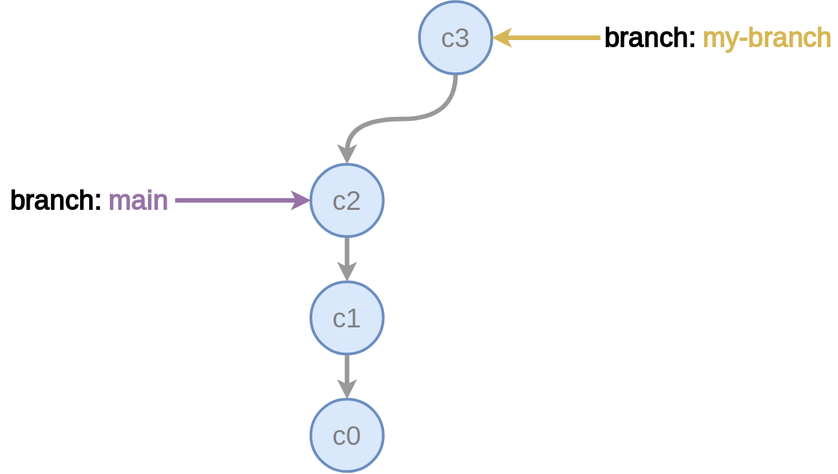
This is public/tags-and-branches-branch.svg from tvannoy/intro-to-git, a draw.io export, as it was before one commit. Source tidied: cells renumbered, new cells last; positions are measured from the earlier drawing's top-left corner, leaving out a move shared by most shapes.
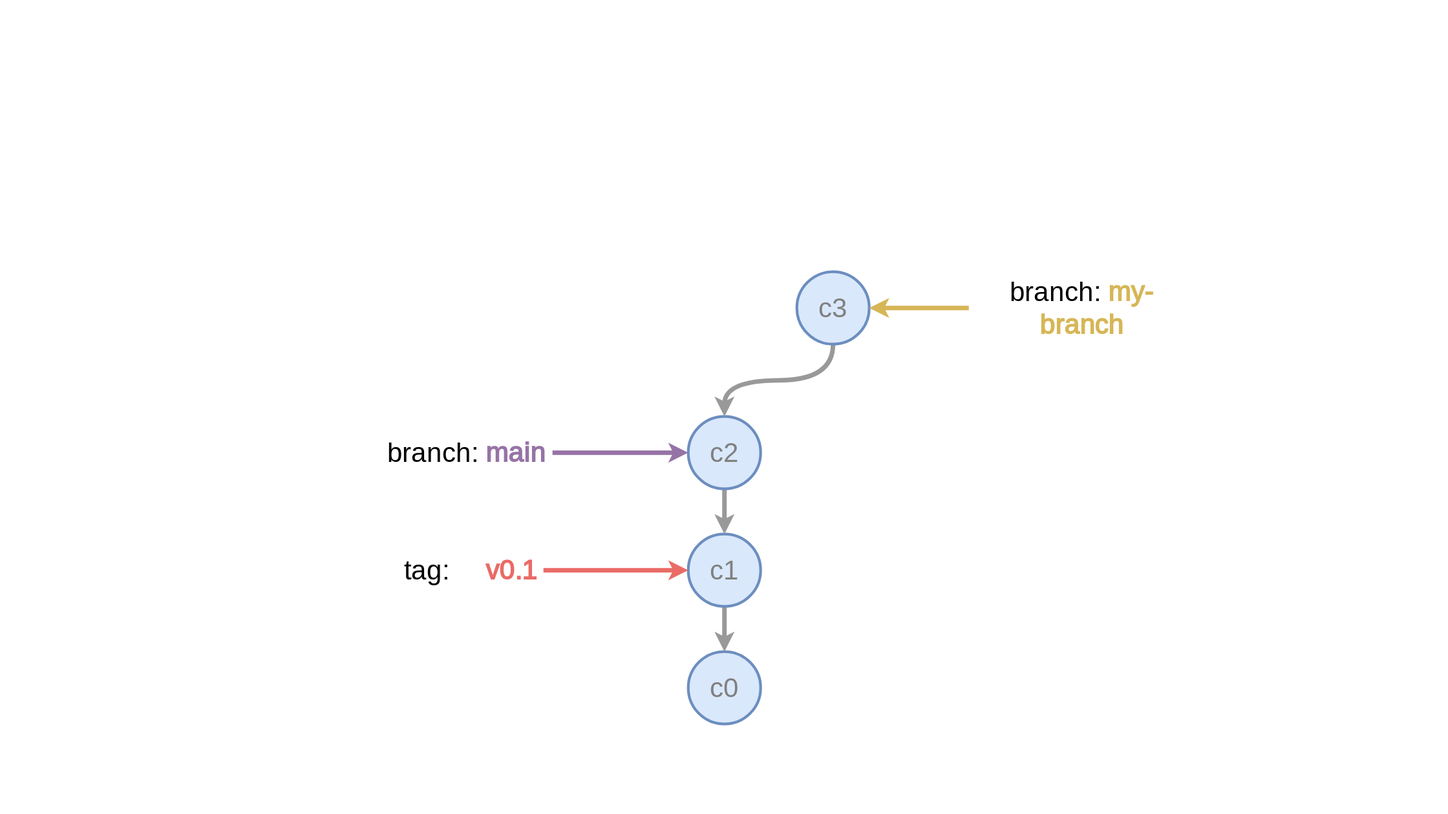
The same file after the commit.

The edit, as a diff of the source:
```diff
@@ -1,39 +1,51 @@
 <mxGraphModel>
   <root>
-    <mxCell id="0" />
-    <mxCell id="1" parent="0" />
+    <mxCell id="13" />
+    <mxCell id="14" parent="13" />
-    <mxCell id="2" value="c0" style="ellipse;whiteSpace=wrap;html=1;fillColor=#dae8fc;strokeColor=#6c8ebf;strokeWidth=3;fontSize=30;fontFamily=Source Sans Pro;fontSource=https%3A%2F%2Ffonts.googleapis.com%2Fcss%3Ffamily%3DSource%2BSans%2BPro;fontColor=#808080;" parent="1" vertex="1">
+    <mxCell id="2" value="c0" style="ellipse;whiteSpace=wrap;html=1;fillColor=#dae8fc;strokeColor=#6c8ebf;strokeWidth=3;fontSize=30;fontFamily=Source Sans Pro;fontSource=https%3A%2F%2Ffonts.googleapis.com%2Fcss%3Ffamily%3DSource%2BSans%2BPro;fontColor=#808080;" parent="14" vertex="1">
       <mxGeometry x="340" y="440" width="80" height="80" as="geometry" />
     </mxCell>
-    <mxCell id="3" style="edgeStyle=orthogonalEdgeStyle;curved=1;jettySize=auto;html=1;exitX=0.5;exitY=1;exitDx=0;exitDy=0;entryX=0.5;entryY=0;entryDx=0;entryDy=0;strokeColor=#999999;strokeWidth=5;fontFamily=Source Sans Pro;fontSource=https%3A%2F%2Ffonts.googleapis.com%2Fcss%3Ffamily%3DSource%2BSans%2BPro;fontSize=50;" parent="1" edge="1" source="4" target="2">
+    <mxCell id="3" style="edgeStyle=orthogonalEdgeStyle;curved=1;jettySize=auto;html=1;exitX=0.5;exitY=1;exitDx=0;exitDy=0;entryX=0.5;entryY=0;entryDx=0;entryDy=0;strokeColor=#999999;strokeWidth=5;fontFamily=Source Sans Pro;fontSource=https%3A%2F%2Ffonts.googleapis.com%2Fcss%3Ffamily%3DSource%2BSans%2BPro;fontSize=50;" parent="14" edge="1" source="4" target="2">
       <mxGeometry relative="1" as="geometry" />
     </mxCell>
-    <mxCell id="4" value="&lt;span style=&quot;color: rgb(128, 128, 128); font-family: &amp;quot;Source Sans Pro&amp;quot;; font-size: 30px;&quot;&gt;c1&lt;/span&gt;" style="ellipse;whiteSpace=wrap;html=1;fillColor=#dae8fc;strokeColor=#6c8ebf;strokeWidth=3;fontSize=12;fontFamily=Helvetica;fontSource=https%3A%2F%2Ffonts.googleapis.com%2Fcss%3Ffamily%3DSource%2BSans%2BPro;" parent="1" vertex="1">
+    <mxCell id="4" value="&lt;span style=&quot;color: rgb(128, 128, 128); font-family: &amp;quot;Source Sans Pro&amp;quot;; font-size: 30px;&quot;&gt;c1&lt;/span&gt;" style="ellipse;whiteSpace=wrap;html=1;fillColor=#dae8fc;strokeColor=#6c8ebf;strokeWidth=3;fontSize=12;fontFamily=Helvetica;fontSource=https%3A%2F%2Ffonts.googleapis.com%2Fcss%3Ffamily%3DSource%2BSans%2BPro;" parent="14" vertex="1">
       <mxGeometry x="340" y="310" width="80" height="80" as="geometry" />
     </mxCell>
-    <mxCell id="5" style="edgeStyle=orthogonalEdgeStyle;curved=1;jettySize=auto;html=1;exitX=0.5;exitY=1;exitDx=0;exitDy=0;entryX=0.5;entryY=0;entryDx=0;entryDy=0;strokeColor=#999999;strokeWidth=5;fontFamily=Source Sans Pro;fontSource=https%3A%2F%2Ffonts.googleapis.com%2Fcss%3Ffamily%3DSource%2BSans%2BPro;fontSize=50;" parent="1" edge="1" source="6" target="4">
+    <mxCell id="5" style="edgeStyle=orthogonalEdgeStyle;curved=1;jettySize=auto;html=1;exitX=0.5;exitY=1;exitDx=0;exitDy=0;entryX=0.5;entryY=0;entryDx=0;entryDy=0;strokeColor=#999999;strokeWidth=5;fontFamily=Source Sans Pro;fontSource=https%3A%2F%2Ffonts.googleapis.com%2Fcss%3Ffamily%3DSource%2BSans%2BPro;fontSize=50;" parent="14" edge="1" source="6" target="4">
       <mxGeometry relative="1" as="geometry" />
     </mxCell>
-    <mxCell id="6" value="&lt;span style=&quot;color: rgb(128, 128, 128); font-family: &amp;quot;Source Sans Pro&amp;quot;; font-size: 30px;&quot;&gt;c2&lt;/span&gt;" style="ellipse;whiteSpace=wrap;html=1;fillColor=#dae8fc;strokeColor=#6c8ebf;strokeWidth=3;" parent="1" vertex="1">
+    <mxCell id="6" value="&lt;span style=&quot;color: rgb(128, 128, 128); font-family: &amp;quot;Source Sans Pro&amp;quot;; font-size: 30px;&quot;&gt;c2&lt;/span&gt;" style="ellipse;whiteSpace=wrap;html=1;fillColor=#dae8fc;strokeColor=#6c8ebf;strokeWidth=3;" parent="14" vertex="1">
       <mxGeometry x="340" y="180" width="80" height="80" as="geometry" />
     </mxCell>
-    <mxCell id="7" style="edgeStyle=orthogonalEdgeStyle;curved=1;jettySize=auto;html=1;entryX=0;entryY=0.5;entryDx=0;entryDy=0;strokeColor=#9673A6;strokeWidth=5;fontFamily=Source Sans Pro;fontSource=https%3A%2F%2Ffonts.googleapis.com%2Fcss%3Ffamily%3DSource%2BSans%2BPro;fontSize=30;fontColor=#9673A6;" parent="1" edge="1" source="8" target="6">
-      <mxGeometry relative="1" as="geometry" />
-    </mxCell>
+    <mxCell id="15" style="edgeStyle=orthogonalEdgeStyle;curved=1;jettySize=auto;html=1;entryX=0;entryY=0.5;entryDx=0;entryDy=0;strokeColor=#9673A6;strokeWidth=5;fontFamily=Source Sans Pro;fontSource=https%3A%2F%2Ffonts.googleapis.com%2Fcss%3Ffamily%3DSource%2BSans%2BPro;fontSize=30;fontColor=#9673A6;" parent="14" edge="1" source="8">
+      <mxGeometry relative="1" as="geometry">
+        <mxPoint x="340" y="220" as="targetPoint" />
+      </mxGeometry>
+    </mxCell>
-    <mxCell id="8" value="&lt;font color=&quot;#000000&quot;&gt;branch:&lt;/font&gt; main" style="text;html=1;strokeColor=none;fillColor=none;align=center;verticalAlign=middle;whiteSpace=wrap;rounded=0;strokeWidth=6;fontFamily=Source Sans Pro;fontSource=https%3A%2F%2Ffonts.googleapis.com%2Fcss%3Ffamily%3DSource%2BSans%2BPro;fontSize=30;fontColor=#9673A6;fontStyle=1;" parent="1" vertex="1">
+    <mxCell id="8" value="&lt;span style=&quot;font-weight: normal;&quot;&gt;&lt;font color=&quot;#000000&quot;&gt;branch:&lt;/font&gt; &lt;/span&gt;main" style="text;html=1;strokeColor=none;fillColor=none;align=center;verticalAlign=middle;whiteSpace=wrap;rounded=0;strokeWidth=6;fontFamily=Source Sans Pro;fontSource=https%3A%2F%2Ffonts.googleapis.com%2Fcss%3Ffamily%3DSource%2BSans%2BPro;fontSize=30;fontColor=#9673A6;fontStyle=1;" parent="14" vertex="1">
       <mxGeometry y="205" width="190" height="30" as="geometry" />
     </mxCell>
-    <mxCell id="9" style="edgeStyle=orthogonalEdgeStyle;curved=1;jettySize=auto;html=1;exitX=0.5;exitY=1;exitDx=0;exitDy=0;entryX=0.5;entryY=0;entryDx=0;entryDy=0;strokeColor=#999999;strokeWidth=5;fontFamily=Source Sans Pro;fontSource=https%3A%2F%2Ffonts.googleapis.com%2Fcss%3Ffamily%3DSource%2BSans%2BPro;fontSize=30;fontColor=#000000;" parent="1" edge="1" source="10" target="6">
+    <mxCell id="9" style="edgeStyle=orthogonalEdgeStyle;curved=1;jettySize=auto;html=1;exitX=0.5;exitY=1;exitDx=0;exitDy=0;entryX=0.5;entryY=0;entryDx=0;entryDy=0;strokeColor=#999999;strokeWidth=5;fontFamily=Source Sans Pro;fontSource=https%3A%2F%2Ffonts.googleapis.com%2Fcss%3Ffamily%3DSource%2BSans%2BPro;fontSize=30;fontColor=#000000;" parent="14" edge="1" source="10" target="6">
       <mxGeometry relative="1" as="geometry" />
     </mxCell>
-    <mxCell id="10" value="&lt;span style=&quot;color: rgb(128, 128, 128); font-family: &amp;quot;Source Sans Pro&amp;quot;; font-size: 30px;&quot;&gt;c3&lt;/span&gt;" style="ellipse;whiteSpace=wrap;html=1;fillColor=#dae8fc;strokeColor=#6c8ebf;strokeWidth=3;" parent="1" vertex="1">
-      <mxGeometry x="460" width="80" height="80" as="geometry" />
+    <mxCell id="10" value="&lt;span style=&quot;color: rgb(128, 128, 128); font-family: &amp;quot;Source Sans Pro&amp;quot;; font-size: 30px;&quot;&gt;c3&lt;/span&gt;" style="ellipse;whiteSpace=wrap;html=1;fillColor=#dae8fc;strokeColor=#6c8ebf;strokeWidth=3;" parent="14" vertex="1">
+      <mxGeometry x="460" y="20" width="80" height="80" as="geometry" />
     </mxCell>
-    <mxCell id="11" style="edgeStyle=orthogonalEdgeStyle;curved=1;jettySize=auto;html=1;exitX=0;exitY=0.5;exitDx=0;exitDy=0;entryX=1;entryY=0.5;entryDx=0;entryDy=0;strokeColor=#D6B656;strokeWidth=5;fontFamily=Source Sans Pro;fontSource=https%3A%2F%2Ffonts.googleapis.com%2Fcss%3Ffamily%3DSource%2BSans%2BPro;fontSize=30;fontColor=#000000;fillColor=#fff2cc;" parent="1" edge="1" source="12" target="10">
-      <mxGeometry relative="1" as="geometry" />
-    </mxCell>
+    <mxCell id="16" style="edgeStyle=orthogonalEdgeStyle;curved=1;jettySize=auto;html=1;exitX=0;exitY=0.5;exitDx=0;exitDy=0;entryX=1;entryY=0.5;entryDx=0;entryDy=0;strokeColor=#D6B656;strokeWidth=5;fontFamily=Source Sans Pro;fontSource=https%3A%2F%2Ffonts.googleapis.com%2Fcss%3Ffamily%3DSource%2BSans%2BPro;fontSize=30;fontColor=#000000;fillColor=#fff2cc;" parent="14" edge="1" source="12">
+      <mxGeometry relative="1" as="geometry">
+        <mxPoint x="540" y="60" as="targetPoint" />
+      </mxGeometry>
+    </mxCell>
-    <mxCell id="12" value="&lt;font color=&quot;#000000&quot;&gt;branch:&lt;/font&gt;&amp;nbsp;&lt;font color=&quot;#d6b656&quot;&gt;my-branch&lt;/font&gt;" style="text;html=1;strokeColor=none;fillColor=none;align=center;verticalAlign=middle;whiteSpace=wrap;rounded=0;strokeWidth=6;fontFamily=Source Sans Pro;fontSource=https%3A%2F%2Ffonts.googleapis.com%2Fcss%3Ffamily%3DSource%2BSans%2BPro;fontSize=30;fontColor=#9673A6;fontStyle=1;" parent="1" vertex="1">
-      <mxGeometry x="660" y="25" width="260" height="30" as="geometry" />
+    <mxCell id="12" value="&lt;font style=&quot;font-weight: normal;&quot; color=&quot;#000000&quot;&gt;branch:&lt;/font&gt;&amp;nbsp;&lt;font color=&quot;#d6b656&quot;&gt;my-branch&lt;/font&gt;" style="text;html=1;strokeColor=none;fillColor=none;align=center;verticalAlign=middle;whiteSpace=wrap;rounded=0;strokeWidth=6;fontFamily=Source Sans Pro;fontSource=https%3A%2F%2Ffonts.googleapis.com%2Fcss%3Ffamily%3DSource%2BSans%2BPro;fontSize=30;fontColor=#9673A6;fontStyle=1;" parent="14" vertex="1">
+      <mxGeometry x="650" y="45" width="250" height="30" as="geometry" />
     </mxCell>
+    <mxCell id="17" style="edgeStyle=orthogonalEdgeStyle;jettySize=auto;html=1;entryX=0;entryY=0.5;entryDx=0;entryDy=0;fontFamily=Source Sans Pro;fontSource=https%3A%2F%2Ffonts.googleapis.com%2Fcss%3Ffamily%3DSource%2BSans%2BPro;fontSize=30;fontColor=#EA6B66;curved=1;strokeWidth=5;fillColor=#f8cecc;strokeColor=#EA6B66;" parent="14" edge="1" source="18">
+      <mxGeometry relative="1" as="geometry">
+        <mxPoint x="340" y="350" as="targetPoint" />
+      </mxGeometry>
+    </mxCell>
+    <mxCell id="18" value="tag:&amp;nbsp; &amp;nbsp; &amp;nbsp;&lt;font color=&quot;#ea6b66&quot;&gt;&lt;b&gt;v0.1&lt;/b&gt;&lt;/font&gt;" style="text;html=1;strokeColor=none;fillColor=none;align=center;verticalAlign=middle;whiteSpace=wrap;rounded=0;fontFamily=Source Sans Pro;fontSource=https%3A%2F%2Ffonts.googleapis.com%2Fcss%3Ffamily%3DSource%2BSans%2BPro;fontSize=30;strokeWidth=6;" parent="14" vertex="1">
+      <mxGeometry x="20" y="335" width="160" height="30" as="geometry" />
+    </mxCell>
   </root>
 </mxGraphModel>
```
